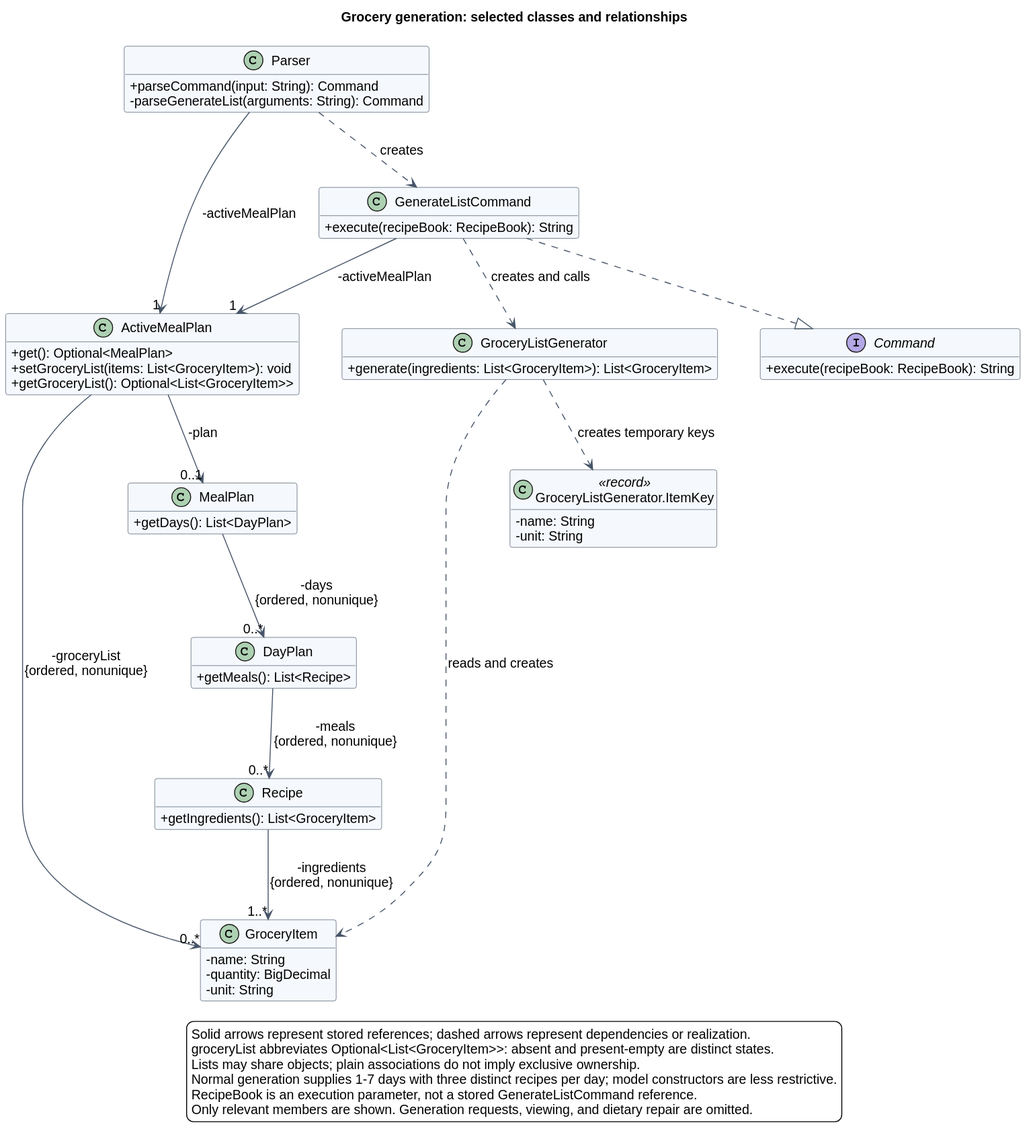
AY2627S1-CS2113-W13-4/tp keeps this PlantUML diagram as docs/images/oilybikechain/grocery-classes.svg. Above is the earlier version.
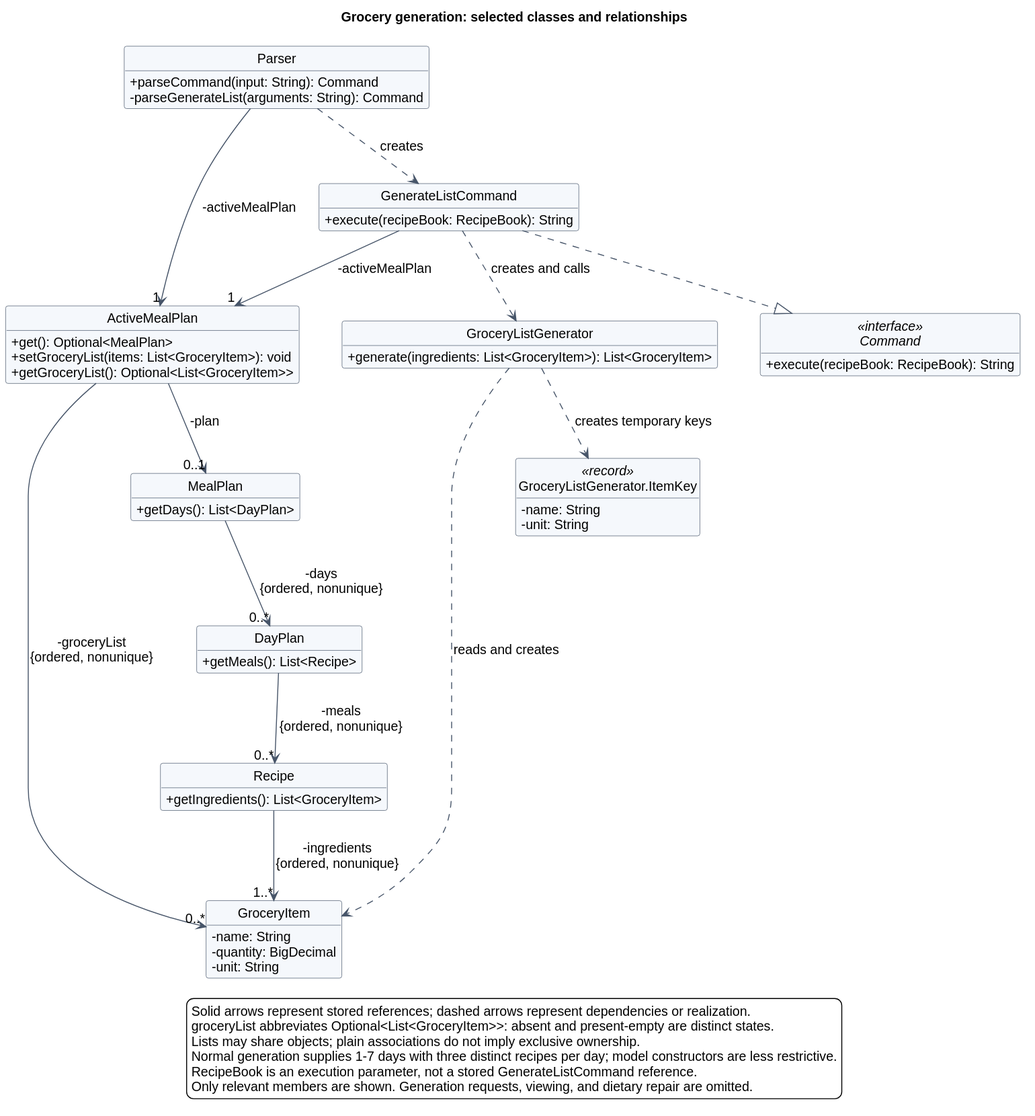
The same file after the commit.

Change to the diagram source:
```diff
@@ -11,7 +11,7 @@
   + parseCommand(input: String): Command
   - parseGenerateList(arguments: String): Command
 }
-interface Command {
+interface Command <<interface>> {
   + execute(recipeBook: RecipeBook): String
 }
 class GenerateListCommand {
```
